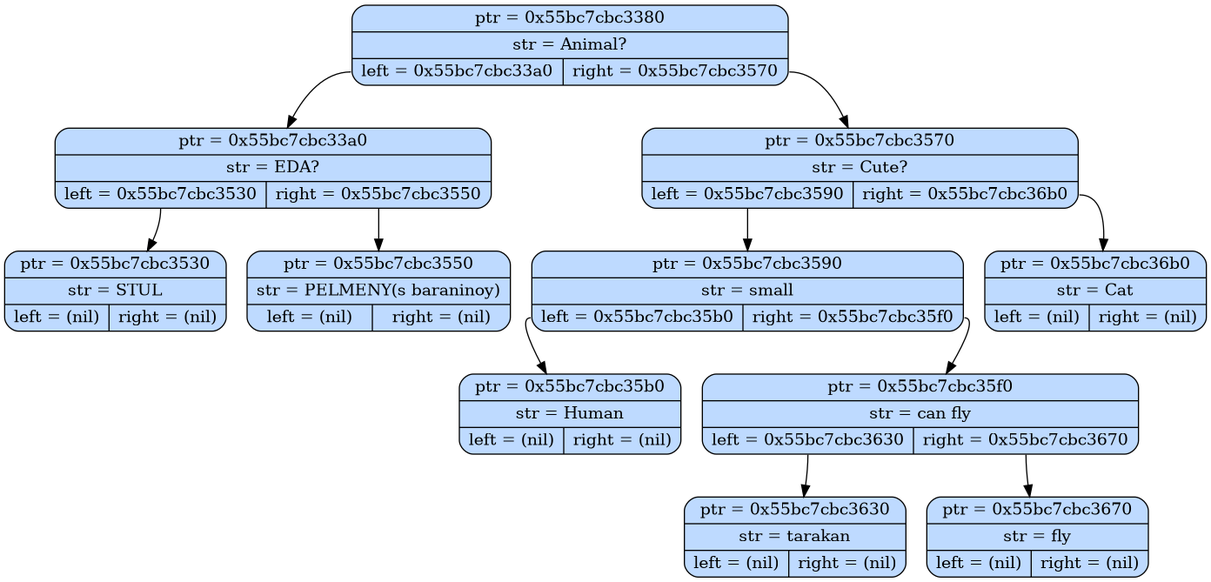
Before: tree.png, a diagram exported from Graphviz (Vodyanoy-Q/Akinator). Its source is kept beside it as tree.dot.
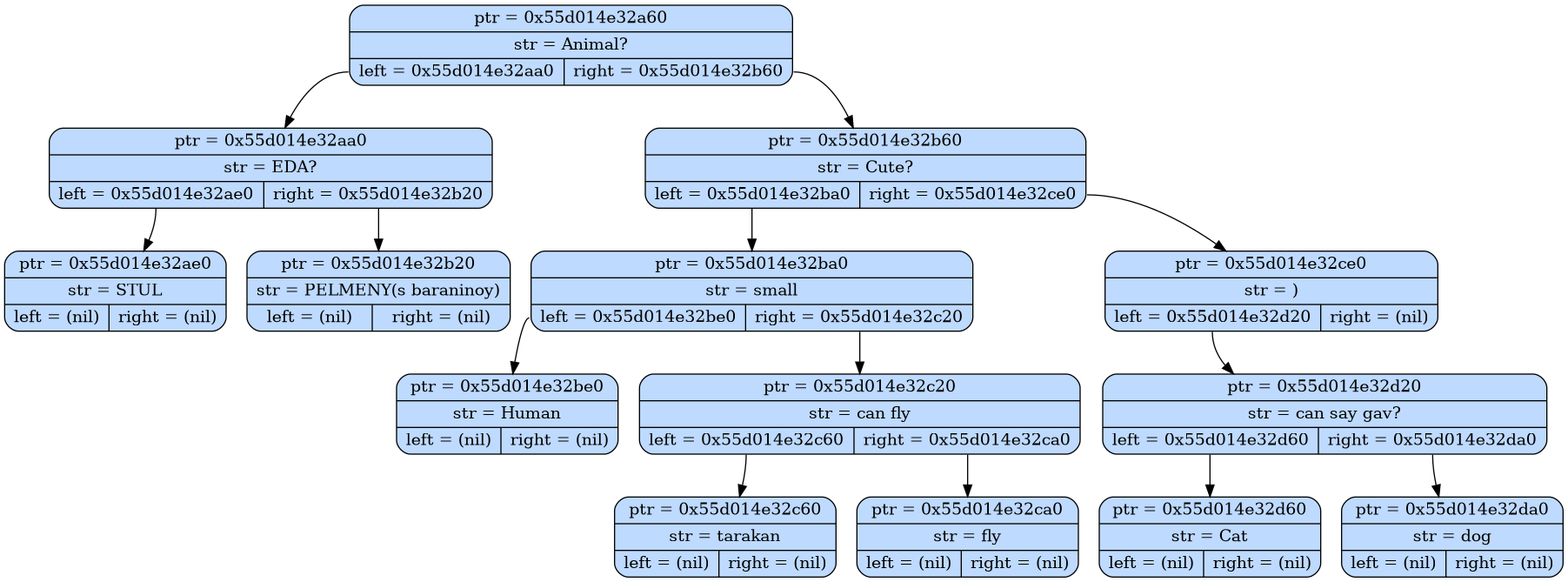
Above is the later version.

The edit, as a diff of the source:
```diff
@@ -1,34 +1,43 @@
 digraph {
-    node0x55bc7cbc3380 [shape = "Mrecord",  label=" {ptr = 0x55bc7cbc3380 | str = Animal? | {<f0> left = 0x55bc7cbc33a0 | <f1> right = 0x55bc7cbc3570}} ", style="filled", fillcolor="#BEDAFF"]
-    node0x55bc7cbc3380:<f0> -> node0x55bc7cbc33a0
-    node0x55bc7cbc3380:<f1> -> node0x55bc7cbc3570
+    node0x55d014e32a60 [shape = "Mrecord",  label=" {ptr = 0x55d014e32a60 | str = Animal? | {<f0> left = 0x55d014e32aa0 | <f1> right = 0x55d014e32b60}} ", style="filled", fillcolor="#BEDAFF"]
+    node0x55d014e32a60:<f0> -> node0x55d014e32aa0
+    node0x55d014e32a60:<f1> -> node0x55d014e32b60
 
-    node0x55bc7cbc33a0 [shape = "Mrecord",  label=" {ptr = 0x55bc7cbc33a0 | str = EDA? | {<f0> left = 0x55bc7cbc3530 | <f1> right = 0x55bc7cbc3550}} ", style="filled", fillcolor="#BEDAFF"]
-    node0x55bc7cbc33a0:<f0> -> node0x55bc7cbc3530
-    node0x55bc7cbc33a0:<f1> -> node0x55bc7cbc3550
+    node0x55d014e32aa0 [shape = "Mrecord",  label=" {ptr = 0x55d014e32aa0 | str = EDA? | {<f0> left = 0x55d014e32ae0 | <f1> right = 0x55d014e32b20}} ", style="filled", fillcolor="#BEDAFF"]
+    node0x55d014e32aa0:<f0> -> node0x55d014e32ae0
+    node0x55d014e32aa0:<f1> -> node0x55d014e32b20
 
-    node0x55bc7cbc3530 [shape = "Mrecord",  label=" {ptr = 0x55bc7cbc3530 | str = STUL | {<f0> left = (nil) | <f1> right = (nil)}} ", style="filled", fillcolor="#BEDAFF"]
+    node0x55d014e32ae0 [shape = "Mrecord",  label=" {ptr = 0x55d014e32ae0 | str = STUL | {<f0> left = (nil) | <f1> right = (nil)}} ", style="filled", fillcolor="#BEDAFF"]
 
-    node0x55bc7cbc3550 [shape = "Mrecord",  label=" {ptr = 0x55bc7cbc3550 | str = PELMENY(s baraninoy) | {<f0> left = (nil) | <f1> right = (nil)}} ", style="filled", fillcolor="#BEDAFF"]
+    node0x55d014e32b20 [shape = "Mrecord",  label=" {ptr = 0x55d014e32b20 | str = PELMENY(s baraninoy) | {<f0> left = (nil) | <f1> right = (nil)}} ", style="filled", fillcolor="#BEDAFF"]
 
-    node0x55bc7cbc3570 [shape = "Mrecord",  label=" {ptr = 0x55bc7cbc3570 | str = Cute? | {<f0> left = 0x55bc7cbc3590 | <f1> right = 0x55bc7cbc36b0}} ", style="filled", fillcolor="#BEDAFF"]
-    node0x55bc7cbc3570:<f0> -> node0x55bc7cbc3590
-    node0x55bc7cbc3570:<f1> -> node0x55bc7cbc36b0
+    node0x55d014e32b60 [shape = "Mrecord",  label=" {ptr = 0x55d014e32b60 | str = Cute? | {<f0> left = 0x55d014e32ba0 | <f1> right = 0x55d014e32ce0}} ", style="filled", fillcolor="#BEDAFF"]
+    node0x55d014e32b60:<f0> -> node0x55d014e32ba0
+    node0x55d014e32b60:<f1> -> node0x55d014e32ce0
 
-    node0x55bc7cbc3590 [shape = "Mrecord",  label=" {ptr = 0x55bc7cbc3590 | str = small | {<f0> left = 0x55bc7cbc35b0 | <f1> right = 0x55bc7cbc35f0}} ", style="filled", fillcolor="#BEDAFF"]
-    node0x55bc7cbc3590:<f0> -> node0x55bc7cbc35b0
-    node0x55bc7cbc3590:<f1> -> node0x55bc7cbc35f0
+    node0x55d014e32ba0 [shape = "Mrecord",  label=" {ptr = 0x55d014e32ba0 | str = small | {<f0> left = 0x55d014e32be0 | <f1> right = 0x55d014e32c20}} ", style="filled", fillcolor="#BEDAFF"]
+    node0x55d014e32ba0:<f0> -> node0x55d014e32be0
+    node0x55d014e32ba0:<f1> -> node0x55d014e32c20
 
-    node0x55bc7cbc35b0 [shape = "Mrecord",  label=" {ptr = 0x55bc7cbc35b0 | str = Human | {<f0> left = (nil) | <f1> right = (nil)}} ", style="filled", fillcolor="#BEDAFF"]
+    node0x55d014e32be0 [shape = "Mrecord",  label=" {ptr = 0x55d014e32be0 | str = Human | {<f0> left = (nil) | <f1> right = (nil)}} ", style="filled", fillcolor="#BEDAFF"]
 
-    node0x55bc7cbc35f0 [shape = "Mrecord",  label=" {ptr = 0x55bc7cbc35f0 | str = can fly | {<f0> left = 0x55bc7cbc3630 | <f1> right = 0x55bc7cbc3670}} ", style="filled", fillcolor="#BEDAFF"]
-    node0x55bc7cbc35f0:<f0> -> node0x55bc7cbc3630
-    node0x55bc7cbc35f0:<f1> -> node0x55bc7cbc3670
+    node0x55d014e32c20 [shape = "Mrecord",  label=" {ptr = 0x55d014e32c20 | str = can fly | {<f0> left = 0x55d014e32c60 | <f1> right = 0x55d014e32ca0}} ", style="filled", fillcolor="#BEDAFF"]
+    node0x55d014e32c20:<f0> -> node0x55d014e32c60
+    node0x55d014e32c20:<f1> -> node0x55d014e32ca0
 
-    node0x55bc7cbc3630 [shape = "Mrecord",  label=" {ptr = 0x55bc7cbc3630 | str = tarakan | {<f0> left = (nil) | <f1> right = (nil)}} ", style="filled", fillcolor="#BEDAFF"]
+    node0x55d014e32c60 [shape = "Mrecord",  label=" {ptr = 0x55d014e32c60 | str = tarakan | {<f0> left = (nil) | <f1> right = (nil)}} ", style="filled", fillcolor="#BEDAFF"]
 
-    node0x55bc7cbc3670 [shape = "Mrecord",  label=" {ptr = 0x55bc7cbc3670 | str = fly | {<f0> left = (nil) | <f1> right = (nil)}} ", style="filled", fillcolor="#BEDAFF"]
+    node0x55d014e32ca0 [shape = "Mrecord",  label=" {ptr = 0x55d014e32ca0 | str = fly | {<f0> left = (nil) | <f1> right = (nil)}} ", style="filled", fillcolor="#BEDAFF"]
 
-    node0x55bc7cbc36b0 [shape = "Mrecord",  label=" {ptr = 0x55bc7cbc36b0 | str = Cat | {<f0> left = (nil) | <f1> right = (nil)}} ", style="filled", fillcolor="#BEDAFF"]
+    node0x55d014e32ce0 [shape = "Mrecord",  label=" {ptr = 0x55d014e32ce0 | str = ) | {<f0> left = 0x55d014e32d20 | <f1> right = (nil)}} ", style="filled", fillcolor="#BEDAFF"]
+    node0x55d014e32ce0:<f0> -> node0x55d014e32d20
+
+    node0x55d014e32d20 [shape = "Mrecord",  label=" {ptr = 0x55d014e32d20 | str = can say gav? | {<f0> left = 0x55d014e32d60 | <f1> right = 0x55d014e32da0}} ", style="filled", fillcolor="#BEDAFF"]
+    node0x55d014e32d20:<f0> -> node0x55d014e32d60
+    node0x55d014e32d20:<f1> -> node0x55d014e32da0
+
+    node0x55d014e32d60 [shape = "Mrecord",  label=" {ptr = 0x55d014e32d60 | str = Cat | {<f0> left = (nil) | <f1> right = (nil)}} ", style="filled", fillcolor="#BEDAFF"]
+
+    node0x55d014e32da0 [shape = "Mrecord",  label=" {ptr = 0x55d014e32da0 | str = dog | {<f0> left = (nil) | <f1> right = (nil)}} ", style="filled", fillcolor="#BEDAFF"]
 
 }
```
